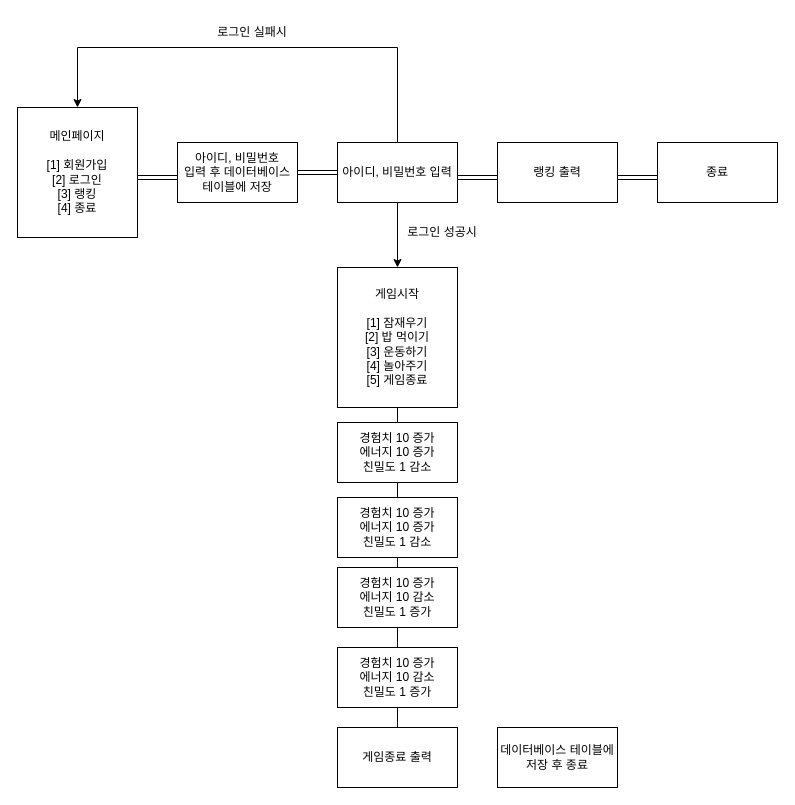
Kimz00/ai8erd keeps this draw.io diagram as 제목 없는 다이어그램.drawio. Above is the earlier version. Source tidied: cells renumbered, new cells numbered last; positions are measured from the earlier drawing's top-left corner, leaving out a move shared by most shapes. Both pictures are drawn from the tidied source at 100%, with x=0, y=0 at pixel (17, 17).
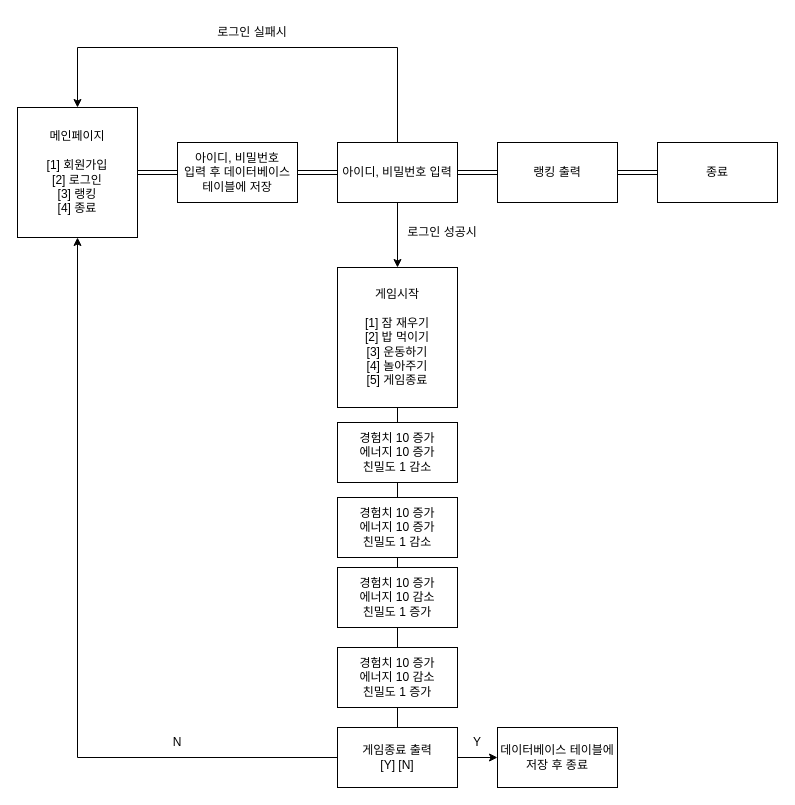
Above is the later version.

Commit message:
제목 없는 다이어그램.drawio 업데이트

The change refers to these unchanged cells:
```xml
<mxCell id="2" value="메인페이지&lt;br&gt;&lt;br&gt;[1] 회원가입&lt;br&gt;[2] 로그인&lt;br&gt;[3] 랭킹&lt;br&gt;[4] 종료" style="rounded=0;whiteSpace=wrap;html=1;" parent="1" vertex="1">
  <mxGeometry y="90" width="120" height="130" as="geometry" />
</mxCell>
<mxCell id="3" value="아이디, 비밀번호 &lt;br&gt;입력 후 데이터베이스 테이블에 저장" style="rounded=0;whiteSpace=wrap;html=1;" parent="1" vertex="1">
  <mxGeometry x="160" y="125" width="120" height="60" as="geometry" />
</mxCell>
<mxCell id="4" value="아이디, 비밀번호 입력" style="rounded=0;whiteSpace=wrap;html=1;" parent="1" vertex="1">
  <mxGeometry x="320" y="125" width="120" height="60" as="geometry" />
</mxCell>
<mxCell id="6" value="데이터베이스 테이블에 저장 후 종료" style="rounded=0;whiteSpace=wrap;html=1;" parent="1" vertex="1">
  <mxGeometry x="480" y="710" width="120" height="60" as="geometry" />
</mxCell>
<mxCell id="7" value="랭킹 출력" style="rounded=0;whiteSpace=wrap;html=1;" parent="1" vertex="1">
  <mxGeometry x="480" y="125" width="120" height="60" as="geometry" />
</mxCell>
<mxCell id="8" value="종료" style="rounded=0;whiteSpace=wrap;html=1;" parent="1" vertex="1">
  <mxGeometry x="640" y="125" width="120" height="60" as="geometry" />
</mxCell>
```

Change to the diagram source:
```diff
@@
-    <mxCell id="5" value="게임시작&lt;br&gt;&lt;br&gt;[1] 잠재우기&lt;br&gt;[2] 밥 먹이기&lt;br&gt;[3] 운동하기&lt;br&gt;[4] 놀아주기&lt;br&gt;[5] 게임종료" style="rounded=0;whiteSpace=wrap;html=1;" parent="1" vertex="1">
+    <mxCell id="5" value="게임시작&lt;br&gt;&lt;br&gt;[1] 잠 재우기&lt;br&gt;[2] 밥 먹이기&lt;br&gt;[3] 운동하기&lt;br&gt;[4] 놀아주기&lt;br&gt;[5] 게임종료" style="rounded=0;whiteSpace=wrap;html=1;" parent="1" vertex="1">
       <mxGeometry x="320" y="250" width="120" height="140" as="geometry" />
     </mxCell>
@@
-    <mxCell id="9" value="게임종료 출력" style="rounded=0;whiteSpace=wrap;html=1;" parent="1" vertex="1">
+    <mxCell id="9" value="게임종료 출력&lt;br&gt;[Y] [N]" style="rounded=0;whiteSpace=wrap;html=1;" parent="1" vertex="1">
       <mxGeometry x="320" y="710" width="120" height="60" as="geometry" />
     </mxCell>
@@
-    <mxCell id="14" style="shape=link;html=1;rounded=0;" parent="1" edge="1">
-      <mxGeometry relative="1" as="geometry">
-        <mxPoint x="120" y="160" as="sourcePoint" />
-        <mxPoint x="160" y="160" as="targetPoint" />
-      </mxGeometry>
-    </mxCell>
-    <mxCell id="15" style="shape=link;html=1;rounded=0;" parent="1" edge="1">
-      <mxGeometry relative="1" as="geometry">
-        <mxPoint x="600" y="160" as="sourcePoint" />
-        <mxPoint x="640" y="160" as="targetPoint" />
-      </mxGeometry>
-    </mxCell>
-    <mxCell id="16" style="shape=link;html=1;rounded=0;" parent="1" edge="1">
-      <mxGeometry relative="1" as="geometry">
-        <mxPoint x="440" y="160" as="sourcePoint" />
-        <mxPoint x="480" y="160" as="targetPoint" />
-      </mxGeometry>
-    </mxCell>
@@
+    <mxCell id="27" style="endArrow=classic;html=1;rounded=0;entryX=0;entryY=0.5;entryDx=0;entryDy=0;exitX=1;exitY=0.5;exitDx=0;exitDy=0;" parent="1" edge="1" source="9" target="6">
+      <mxGeometry relative="1" as="geometry" />
+    </mxCell>
+    <mxCell id="28" value="Y" style="text;html=1;strokeColor=none;fillColor=none;align=center;verticalAlign=middle;whiteSpace=wrap;rounded=0;" parent="1" vertex="1">
+      <mxGeometry x="430" y="710" width="60" height="30" as="geometry" />
+    </mxCell>
+    <mxCell id="29" style="endArrow=classic;html=1;rounded=0;entryX=0.5;entryY=1;entryDx=0;entryDy=0;exitX=0;exitY=0.5;exitDx=0;exitDy=0;" parent="1" edge="1" source="9" target="2">
+      <mxGeometry relative="1" as="geometry">
+        <Array as="points">
+          <mxPoint x="60" y="740" />
+        </Array>
+      </mxGeometry>
+    </mxCell>
+    <mxCell id="30" value="N" style="text;html=1;strokeColor=none;fillColor=none;align=center;verticalAlign=middle;whiteSpace=wrap;rounded=0;" parent="1" vertex="1">
+      <mxGeometry x="130" y="710" width="60" height="30" as="geometry" />
+    </mxCell>
+    <mxCell id="31" style="shape=link;html=1;rounded=0;entryX=1;entryY=0.5;entryDx=0;entryDy=0;exitX=0;exitY=0.5;exitDx=0;exitDy=0;" parent="1" edge="1" source="8" target="7">
+      <mxGeometry relative="1" as="geometry" />
+    </mxCell>
+    <mxCell id="32" style="shape=link;html=1;rounded=0;entryX=0;entryY=0.5;entryDx=0;entryDy=0;exitX=1;exitY=0.5;exitDx=0;exitDy=0;" parent="1" edge="1" source="2" target="3">
+      <mxGeometry relative="1" as="geometry" />
+    </mxCell>
+    <mxCell id="33" style="shape=link;html=1;rounded=0;entryX=1;entryY=0.5;entryDx=0;entryDy=0;" parent="1" edge="1" target="4">
+      <mxGeometry relative="1" as="geometry">
+        <mxPoint x="480" y="155" as="sourcePoint" />
+      </mxGeometry>
+    </mxCell>
```
